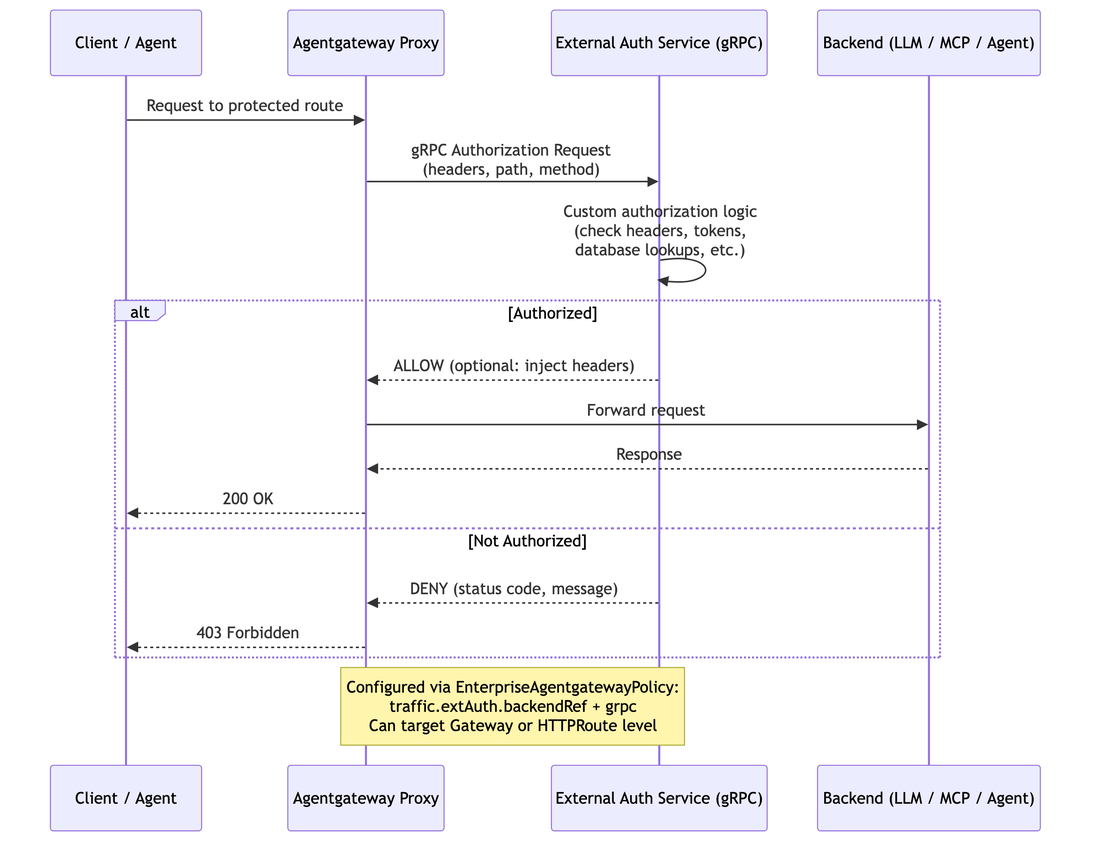
coryjett/solo-misc-workshops keeps this Mermaid diagram as Agentgateway-AuthN-Patterns/images/10-byo-ext-auth.png. Above is the earlier version. Its source is kept beside it as Agentgateway-AuthN-Patterns/diagrams/10-byo-ext-auth.mmd.
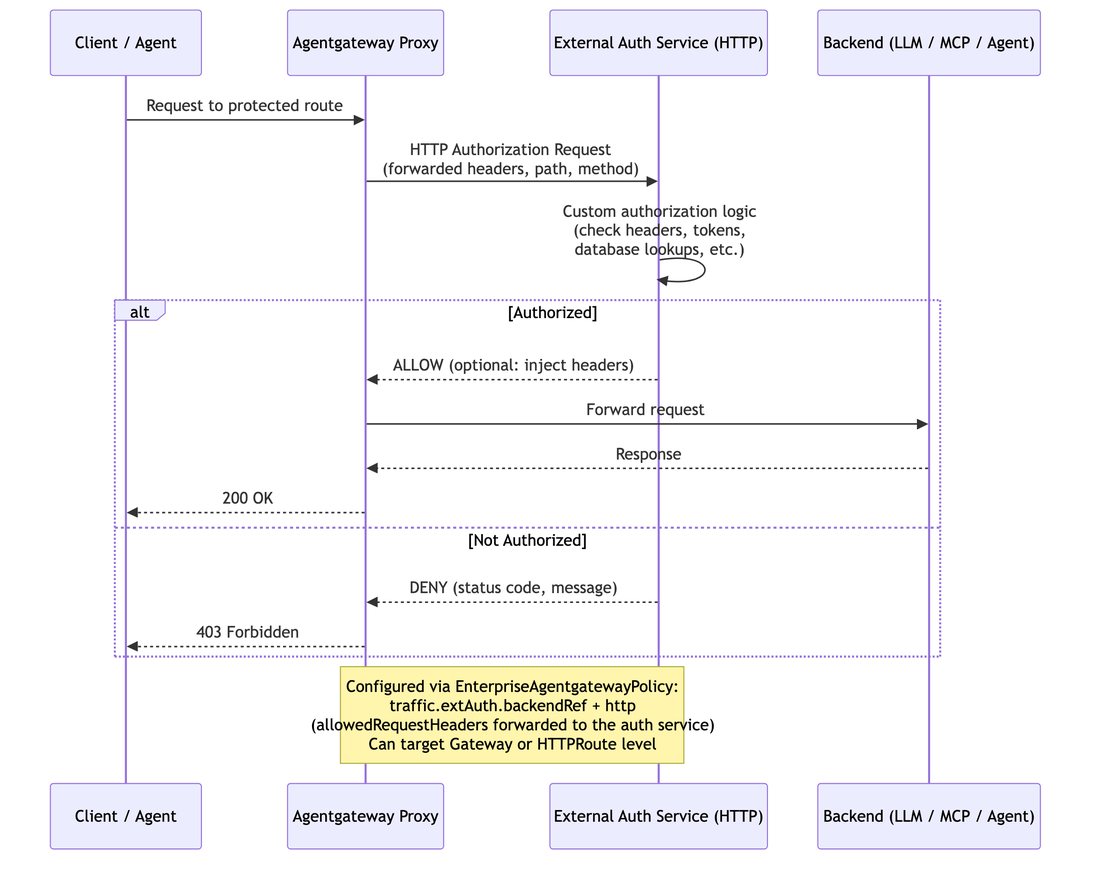
The same file after the commit.

Commit message:
fix(authn-patterns): flow-10 — align diagram + setup.sh header to HTTP ext_authz

The runnable example deploys an HTTP ext_authz service (extAuth.backendRef +
http.allowedRequestHeaders, service on :9001) and the prose already said HTTP,
but the diagram and setup.sh's header comment still described the gRPC variant.
Updated both to HTTP so example, prose, diagram, and comment all agree. README's
"gRPC is also supported" aside is accurate and kept.

The edit, as a diff of the source:
```diff
@@ -1,11 +1,11 @@
 sequenceDiagram
     participant Client as Client / Agent
     participant AGW as Agentgateway Proxy
-    participant Auth as External Auth Service (gRPC)
+    participant Auth as External Auth Service (HTTP)
     participant Backend as Backend (LLM / MCP / Agent)
 
     Client->>AGW: Request to protected route
-    AGW->>Auth: gRPC Authorization Request<br/>(headers, path, method)
+    AGW->>Auth: HTTP Authorization Request<br/>(forwarded headers, path, method)
     Auth->>Auth: Custom authorization logic<br/>(check headers, tokens,<br/>database lookups, etc.)
 
     alt Authorized
@@ -18,4 +18,4 @@
         AGW-->>Client: 403 Forbidden
     end
 
-    Note over AGW,Auth: Configured via EnterpriseAgentgatewayPolicy:<br/>traffic.extAuth.backendRef + grpc<br/>Can target Gateway or HTTPRoute level
+    Note over AGW,Auth: Configured via EnterpriseAgentgatewayPolicy:<br/>traffic.extAuth.backendRef + http<br/>(allowedRequestHeaders forwarded to the auth service)<br/>Can target Gateway or HTTPRoute level
```
